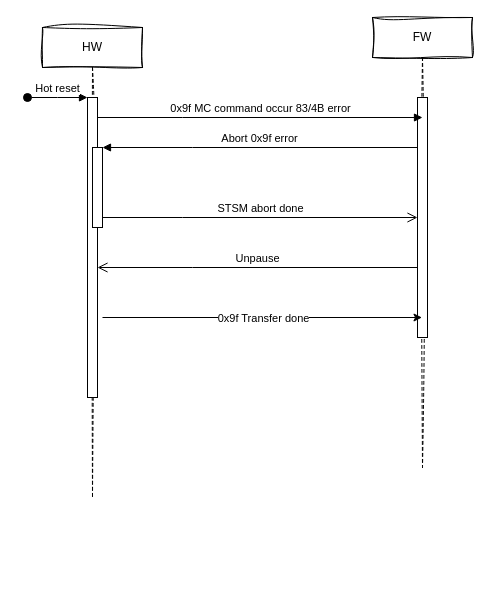
Above: MCAbort.drawio in pengjianaixue/ARM-abi-doc (draw.io), before the change. Source tidied: cells renumbered, new cells numbered last; positions are measured from the earlier drawing's top-left corner, leaving out a move shared by most shapes. Both pictures are drawn from the tidied source at 100%, with x=0, y=0 at pixel (27, 17).
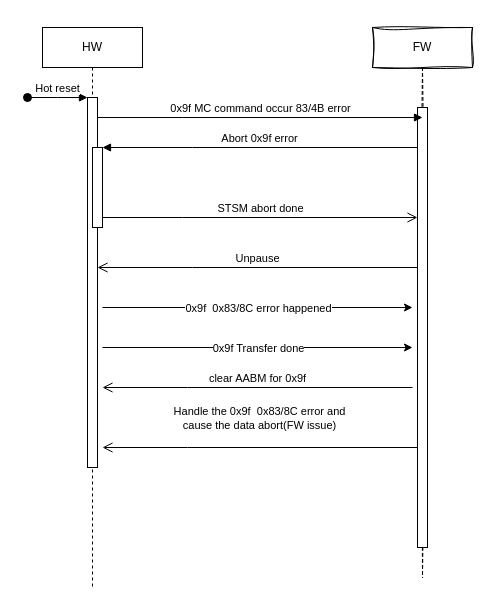
The same page after the edit.

Change to the diagram source:
```diff
@@
-    <mxCell id="2" value="HW" style="shape=umlLifeline;perimeter=lifelinePerimeter;whiteSpace=wrap;html=1;newEdgeStyle={&quot;edgeStyle&quot;:&quot;elbowEdgeStyle&quot;,&quot;elbow&quot;:&quot;vertical&quot;,&quot;curved&quot;:0,&quot;rounded&quot;:0};sketch=1;curveFitting=1;jiggle=2;" parent="1" vertex="1">
-      <mxGeometry x="15" y="10" width="100" height="470" as="geometry" />
+    <mxCell id="2" value="HW" style="shape=umlLifeline;perimeter=lifelinePerimeter;whiteSpace=wrap;html=1;newEdgeStyle={&quot;edgeStyle&quot;:&quot;elbowEdgeStyle&quot;,&quot;elbow&quot;:&quot;vertical&quot;,&quot;curved&quot;:0,&quot;rounded&quot;:0};" parent="1" vertex="1">
+      <mxGeometry x="15" y="10" width="100" height="560" as="geometry" />
     </mxCell>
     <mxCell id="3" style="html=1;points=[];perimeter=orthogonalPerimeter;outlineConnect=0;targetShapes=umlLifeline;portConstraint=eastwest;newEdgeStyle={&quot;edgeStyle&quot;:&quot;elbowEdgeStyle&quot;,&quot;elbow&quot;:&quot;vertical&quot;,&quot;curved&quot;:0,&quot;rounded&quot;:0};" parent="2" vertex="1">
-      <mxGeometry x="45" y="70" width="10" height="300" as="geometry" />
+      <mxGeometry x="45" y="70" width="10" height="370" as="geometry" />
     </mxCell>
@@
     <mxCell id="6" value="FW" style="shape=umlLifeline;perimeter=lifelinePerimeter;whiteSpace=wrap;html=1;outlineConnect=0;portConstraint=eastwest;newEdgeStyle={&quot;edgeStyle&quot;:&quot;elbowEdgeStyle&quot;,&quot;elbow&quot;:&quot;vertical&quot;,&quot;curved&quot;:0,&quot;rounded&quot;:0};sketch=1;curveFitting=1;jiggle=2;" parent="1" vertex="1">
-      <mxGeometry x="345" width="100" height="450" as="geometry" />
+      <mxGeometry x="345" y="10" width="100" height="550" as="geometry" />
     </mxCell>
     <mxCell id="7" style="html=1;points=[];perimeter=orthogonalPerimeter;outlineConnect=0;targetShapes=umlLifeline;portConstraint=eastwest;newEdgeStyle={&quot;edgeStyle&quot;:&quot;elbowEdgeStyle&quot;,&quot;elbow&quot;:&quot;vertical&quot;,&quot;curved&quot;:0,&quot;rounded&quot;:0};" parent="6" vertex="1">
-      <mxGeometry x="45" y="80" width="10" height="240" as="geometry" />
+      <mxGeometry x="45" y="80" width="10" height="440" as="geometry" />
     </mxCell>
@@
-    <mxCell id="12" style="endArrow=classic;html=1;rounded=0;" parent="1" edge="1" target="6">
+    <mxCell id="12" style="endArrow=classic;html=1;rounded=0;" parent="1" edge="1">
       <mxGeometry relative="1" as="geometry">
-        <mxPoint x="75" y="300" as="sourcePoint" />
+        <mxPoint x="75" y="330" as="sourcePoint" />
+        <mxPoint x="385" y="330" as="targetPoint" />
       </mxGeometry>
     </mxCell>
@@
+    <mxCell id="14" style="endArrow=classic;html=1;rounded=0;" parent="1" edge="1">
+      <mxGeometry relative="1" as="geometry">
+        <mxPoint x="75" y="290" as="sourcePoint" />
+        <mxPoint x="385" y="290" as="targetPoint" />
+      </mxGeometry>
+    </mxCell>
+    <mxCell id="15" value="0x9f&amp;nbsp; 0x83/8C error happened" style="edgeLabel;html=1;align=center;verticalAlign=middle;" parent="14" vertex="1">
+      <mxGeometry relative="1" as="geometry" />
+    </mxCell>
+    <mxCell id="16" value="clear AABM for 0x9f" style="html=1;verticalAlign=bottom;endArrow=open;endSize=8;edgeStyle=elbowEdgeStyle;elbow=vertical;curved=0;rounded=0;" parent="1" edge="1">
+      <mxGeometry relative="1" as="geometry">
+        <mxPoint x="385" y="370" as="sourcePoint" />
+        <mxPoint x="75" y="370" as="targetPoint" />
+        <Array as="points">
+          <mxPoint x="160" y="370" />
+        </Array>
+      </mxGeometry>
+    </mxCell>
+    <mxCell id="17" value="Handle the 0x9f&amp;nbsp; 0x83/8C error and &lt;br&gt;cause the data abort(FW issue)&lt;br&gt;&amp;nbsp;" style="html=1;verticalAlign=bottom;endArrow=open;endSize=8;edgeStyle=elbowEdgeStyle;elbow=vertical;curved=0;rounded=0;" parent="1" edge="1" source="7">
+      <mxGeometry relative="1" as="geometry">
+        <mxPoint x="75" y="430" as="targetPoint" />
+        <Array as="points">
+          <mxPoint x="160" y="430" />
+        </Array>
+      </mxGeometry>
+    </mxCell>
```
